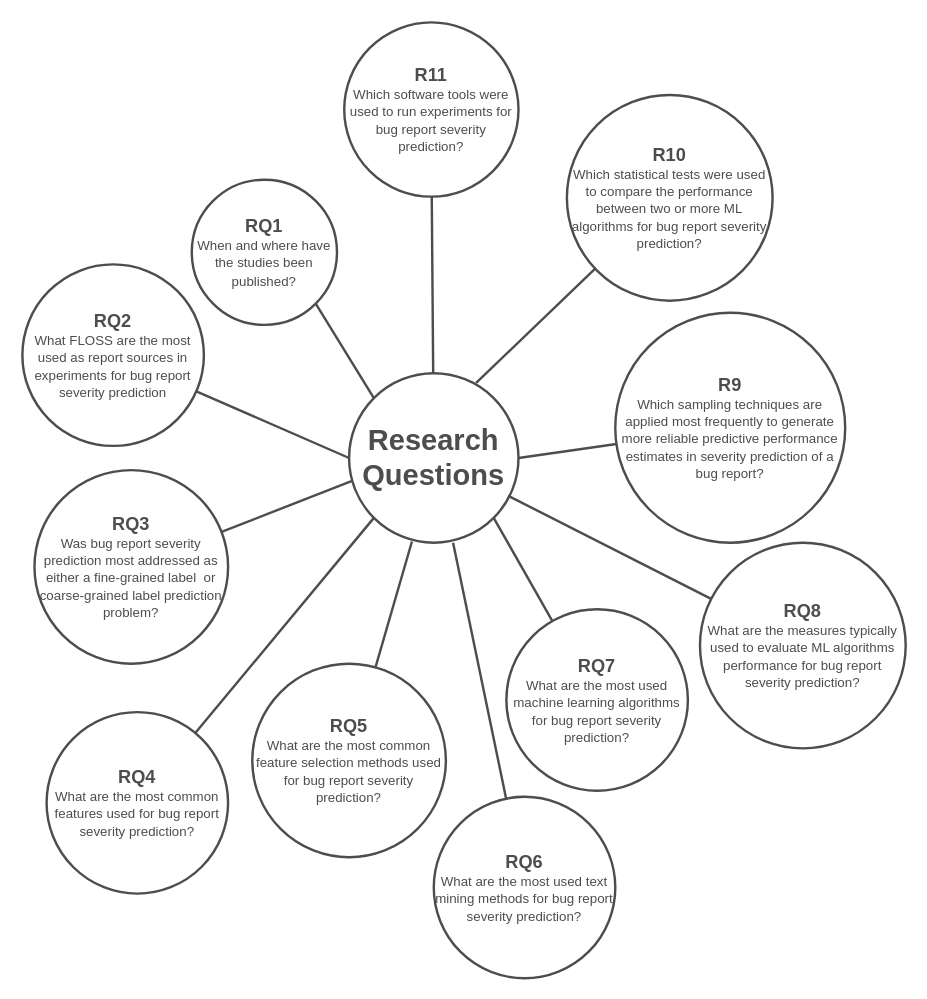
This is figures/Presentation Figures.drawio from gomesluiz/my-doctoral-presentation, a draw.io file, before an edit. Source tidied: cells renumbered, new cells numbered last; positions are measured from the earlier drawing's top-left corner, leaving out a move shared by most shapes. Both pictures are drawn from the tidied source at 121%, with x=0, y=0 at pixel (22, 22).
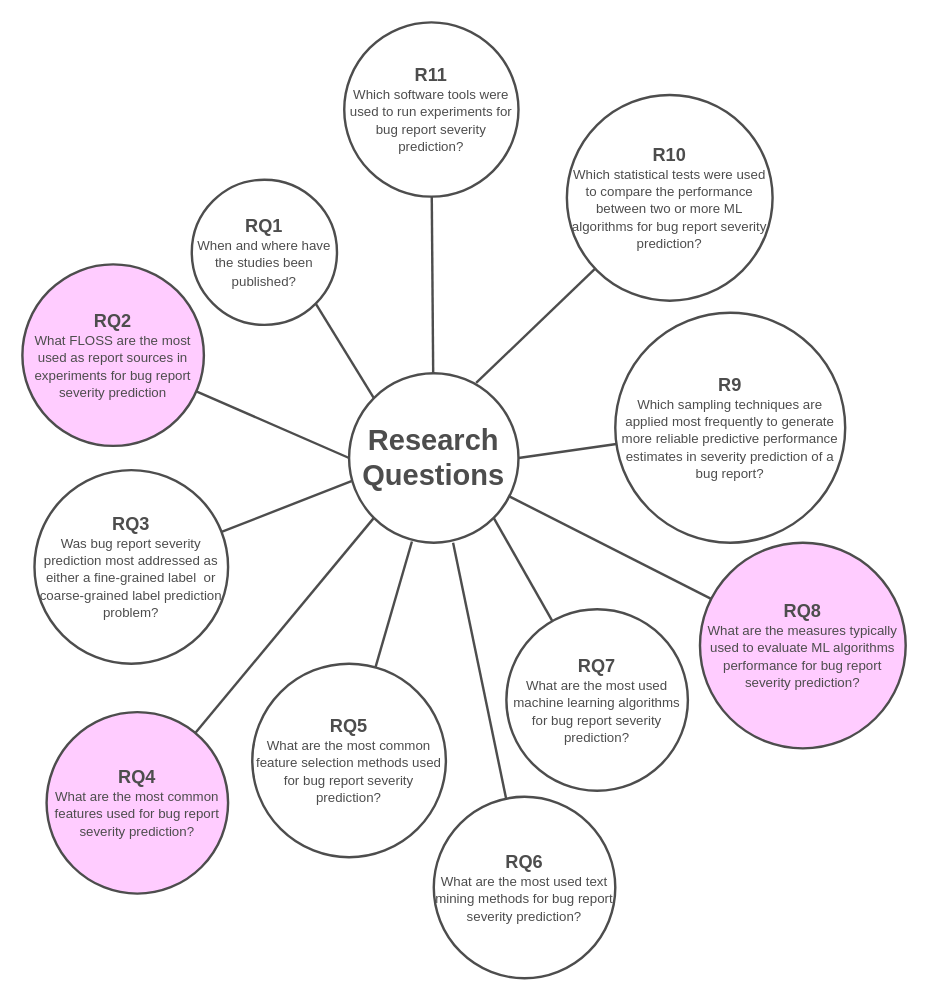
After the change.

Diff of the diagram source:
```diff
@@
-    <mxCell id="4" value="&lt;font color=&quot;#4d4d4d&quot; style=&quot;font-size: 11px&quot;&gt;&lt;b&gt;&lt;span style=&quot;font-size: 15px&quot;&gt;RQ2&lt;/span&gt;&lt;font style=&quot;font-size: 11px&quot;&gt;&lt;br&gt;&lt;/font&gt;&lt;/b&gt;&lt;/font&gt;&lt;font color=&quot;#4d4d4d&quot;&gt;&lt;span style=&quot;font-size: 11px&quot;&gt;What FLOSS are the most used as report sources in experiments for bug report severity prediction&lt;/span&gt;&lt;/font&gt;" style="ellipse;whiteSpace=wrap;html=1;strokeWidth=2;strokeColor=#4D4D4D;" parent="1" vertex="1">
+    <mxCell id="4" value="&lt;font color=&quot;#4d4d4d&quot; style=&quot;font-size: 11px&quot;&gt;&lt;b&gt;&lt;span style=&quot;font-size: 15px&quot;&gt;RQ2&lt;/span&gt;&lt;font style=&quot;font-size: 11px&quot;&gt;&lt;br&gt;&lt;/font&gt;&lt;/b&gt;&lt;/font&gt;&lt;font color=&quot;#4d4d4d&quot;&gt;&lt;span style=&quot;font-size: 11px&quot;&gt;What FLOSS are the most used as report sources in experiments for bug report severity prediction&lt;/span&gt;&lt;/font&gt;" style="ellipse;whiteSpace=wrap;html=1;strokeWidth=2;strokeColor=#4D4D4D;fillColor=#FFCCFF;" parent="1" vertex="1">
       <mxGeometry y="200" width="150" height="150" as="geometry" />
     </mxCell>
@@
-    <mxCell id="8" value="&lt;font color=&quot;#4d4d4d&quot; style=&quot;font-size: 11px&quot;&gt;&lt;b&gt;&lt;span style=&quot;font-size: 15px&quot;&gt;RQ4&lt;/span&gt;&lt;font style=&quot;font-size: 11px&quot;&gt;&lt;br&gt;&lt;/font&gt;&lt;/b&gt;&lt;/font&gt;&lt;font color=&quot;#4d4d4d&quot;&gt;&lt;span style=&quot;font-size: 11px&quot;&gt;What are the most common features used for bug report severity prediction?&lt;/span&gt;&lt;/font&gt;" style="ellipse;whiteSpace=wrap;html=1;strokeWidth=2;strokeColor=#4D4D4D;" parent="1" vertex="1">
+    <mxCell id="8" value="&lt;font color=&quot;#4d4d4d&quot; style=&quot;font-size: 11px&quot;&gt;&lt;b&gt;&lt;span style=&quot;font-size: 15px&quot;&gt;RQ4&lt;/span&gt;&lt;font style=&quot;font-size: 11px&quot;&gt;&lt;br&gt;&lt;/font&gt;&lt;/b&gt;&lt;/font&gt;&lt;font color=&quot;#4d4d4d&quot;&gt;&lt;span style=&quot;font-size: 11px&quot;&gt;What are the most common features used for bug report severity prediction?&lt;/span&gt;&lt;/font&gt;" style="ellipse;whiteSpace=wrap;html=1;strokeWidth=2;strokeColor=#4D4D4D;fillColor=#FFCCFF;" parent="1" vertex="1">
       <mxGeometry x="20" y="570" width="150" height="150" as="geometry" />
     </mxCell>
@@
-    <mxCell id="16" value="&lt;font color=&quot;#4d4d4d&quot; style=&quot;font-size: 11px&quot;&gt;&lt;b&gt;&lt;span style=&quot;font-size: 15px&quot;&gt;RQ8&lt;/span&gt;&lt;font style=&quot;font-size: 11px&quot;&gt;&lt;br&gt;&lt;/font&gt;&lt;/b&gt;&lt;/font&gt;&lt;font color=&quot;#4d4d4d&quot;&gt;&lt;span style=&quot;font-size: 11px&quot;&gt;What are the measures typically used to evaluate ML algorithms performance for bug report severity prediction?&lt;/span&gt;&lt;/font&gt;" style="ellipse;whiteSpace=wrap;html=1;strokeWidth=2;strokeColor=#4D4D4D;" parent="1" vertex="1">
+    <mxCell id="16" value="&lt;font color=&quot;#4d4d4d&quot; style=&quot;font-size: 11px&quot;&gt;&lt;b&gt;&lt;span style=&quot;font-size: 15px&quot;&gt;RQ8&lt;/span&gt;&lt;font style=&quot;font-size: 11px&quot;&gt;&lt;br&gt;&lt;/font&gt;&lt;/b&gt;&lt;/font&gt;&lt;font color=&quot;#4d4d4d&quot;&gt;&lt;span style=&quot;font-size: 11px&quot;&gt;What are the measures typically used to evaluate ML algorithms performance for bug report severity prediction?&lt;/span&gt;&lt;/font&gt;" style="ellipse;whiteSpace=wrap;html=1;strokeWidth=2;strokeColor=#4D4D4D;fillColor=#FFCCFF;" parent="1" vertex="1">
       <mxGeometry x="560" y="430" width="170" height="170" as="geometry" />
     </mxCell>
```
